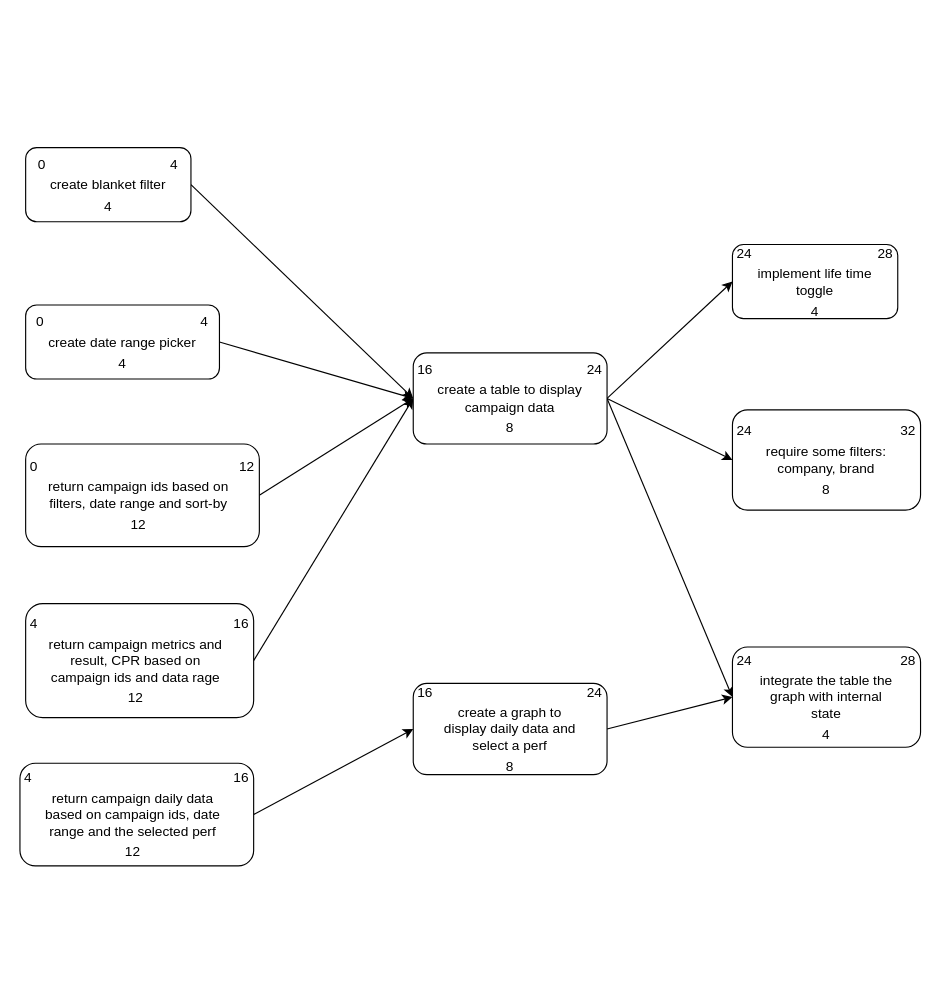
The draw.io diagram ExplorerSchedule.drawio in mengdage/project-diagram, before the edit. Source tidied: cells renumbered, new cells numbered last; positions are measured from the earlier drawing's top-left corner, leaving out a move shared by most shapes. Both pictures are drawn from the tidied source at 114%, with x=0, y=0 at pixel (19, 147).
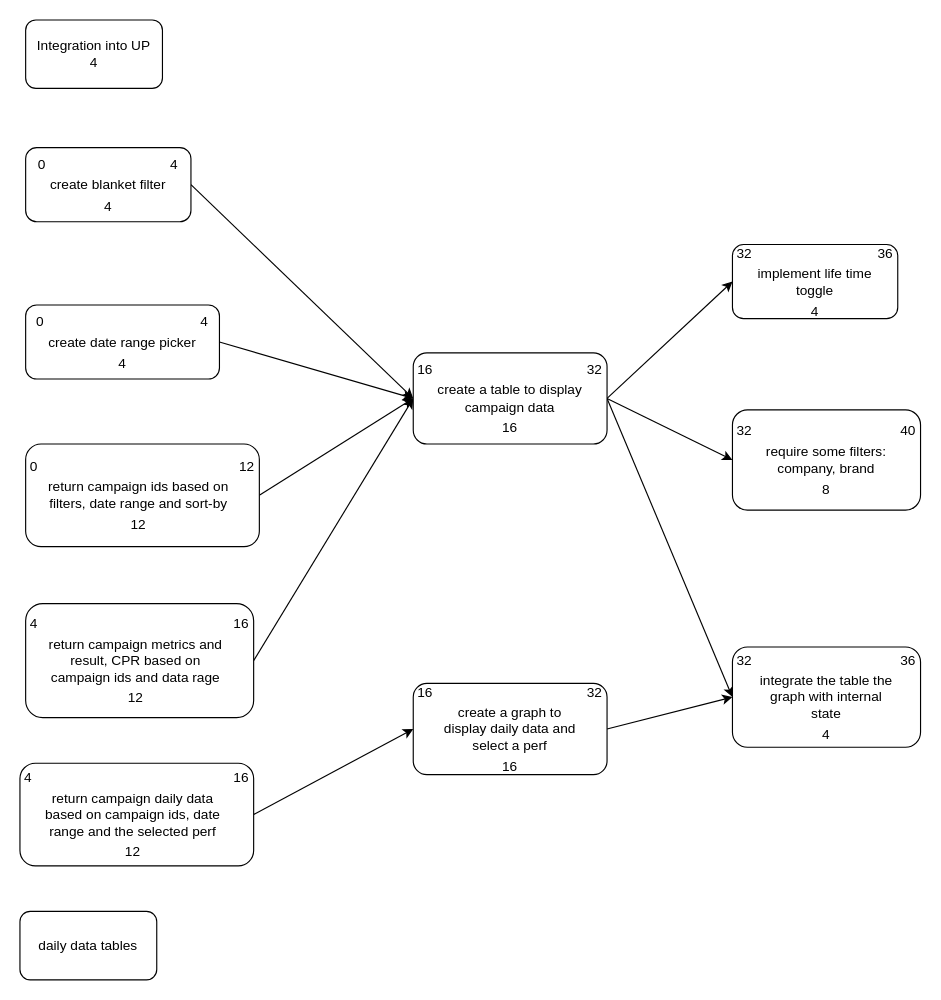
The same page after the edit.

Diff of the diagram source:
```diff
@@
-    <mxCell id="11" value="&lt;table&gt;&lt;tbody&gt;&lt;tr&gt;&lt;td&gt;16&lt;/td&gt;&lt;td&gt;&lt;br&gt;&lt;/td&gt;&lt;td&gt;24&lt;/td&gt;&lt;/tr&gt;&lt;tr&gt;&lt;td&gt;&lt;br&gt;&lt;/td&gt;&lt;td&gt;create a table to display campaign data&lt;br&gt;&lt;/td&gt;&lt;td&gt;&lt;br&gt;&lt;/td&gt;&lt;/tr&gt;&lt;tr&gt;&lt;td&gt;&lt;br&gt;&lt;/td&gt;&lt;td&gt;8&lt;/td&gt;&lt;td&gt;&lt;br&gt;&lt;/td&gt;&lt;/tr&gt;&lt;/tbody&gt;&lt;/table&gt;" style="rounded=1;whiteSpace=wrap;html=1;" parent="1" vertex="1">
+    <mxCell id="11" value="&lt;table&gt;&lt;tbody&gt;&lt;tr&gt;&lt;td&gt;16&lt;/td&gt;&lt;td&gt;&lt;br&gt;&lt;/td&gt;&lt;td&gt;32&lt;/td&gt;&lt;/tr&gt;&lt;tr&gt;&lt;td&gt;&lt;br&gt;&lt;/td&gt;&lt;td&gt;create a table to display campaign data&lt;br&gt;&lt;/td&gt;&lt;td&gt;&lt;br&gt;&lt;/td&gt;&lt;/tr&gt;&lt;tr&gt;&lt;td&gt;&lt;br&gt;&lt;/td&gt;&lt;td&gt;16&lt;/td&gt;&lt;td&gt;&lt;br&gt;&lt;/td&gt;&lt;/tr&gt;&lt;/tbody&gt;&lt;/table&gt;" style="rounded=1;whiteSpace=wrap;html=1;" parent="1" vertex="1">
       <mxGeometry x="345" y="180" width="170" height="80" as="geometry" />
     </mxCell>
@@
-    <mxCell id="17" value="&lt;table&gt;&lt;tbody&gt;&lt;tr&gt;&lt;td&gt;16&lt;/td&gt;&lt;td&gt;&lt;br&gt;&lt;/td&gt;&lt;td&gt;24&lt;/td&gt;&lt;/tr&gt;&lt;tr&gt;&lt;td&gt;&lt;br&gt;&lt;/td&gt;&lt;td&gt;create a graph to display daily data and select a perf&lt;br&gt;&lt;/td&gt;&lt;td&gt;&lt;br&gt;&lt;/td&gt;&lt;/tr&gt;&lt;tr&gt;&lt;td&gt;&lt;br&gt;&lt;/td&gt;&lt;td&gt;8&lt;/td&gt;&lt;td&gt;&lt;br&gt;&lt;/td&gt;&lt;/tr&gt;&lt;/tbody&gt;&lt;/table&gt;" style="rounded=1;whiteSpace=wrap;html=1;" parent="1" vertex="1">
+    <mxCell id="17" value="&lt;table&gt;&lt;tbody&gt;&lt;tr&gt;&lt;td&gt;16&lt;/td&gt;&lt;td&gt;&lt;br&gt;&lt;/td&gt;&lt;td&gt;32&lt;/td&gt;&lt;/tr&gt;&lt;tr&gt;&lt;td&gt;&lt;br&gt;&lt;/td&gt;&lt;td&gt;create a graph to display daily data and select a perf&lt;br&gt;&lt;/td&gt;&lt;td&gt;&lt;br&gt;&lt;/td&gt;&lt;/tr&gt;&lt;tr&gt;&lt;td&gt;&lt;br&gt;&lt;/td&gt;&lt;td&gt;16&lt;/td&gt;&lt;td&gt;&lt;br&gt;&lt;/td&gt;&lt;/tr&gt;&lt;/tbody&gt;&lt;/table&gt;" style="rounded=1;whiteSpace=wrap;html=1;" parent="1" vertex="1">
       <mxGeometry x="345" y="470" width="170" height="80" as="geometry" />
     </mxCell>
-    <mxCell id="18" value="&lt;table&gt;&lt;tbody&gt;&lt;tr&gt;&lt;td&gt;24&lt;/td&gt;&lt;td&gt;&lt;br&gt;&lt;/td&gt;&lt;td&gt;28&lt;/td&gt;&lt;/tr&gt;&lt;tr&gt;&lt;td&gt;&lt;br&gt;&lt;/td&gt;&lt;td&gt;implement life time toggle&lt;br&gt;&lt;/td&gt;&lt;td&gt;&lt;br&gt;&lt;/td&gt;&lt;/tr&gt;&lt;tr&gt;&lt;td&gt;&lt;br&gt;&lt;/td&gt;&lt;td&gt;4&lt;/td&gt;&lt;td&gt;&lt;br&gt;&lt;/td&gt;&lt;/tr&gt;&lt;/tbody&gt;&lt;/table&gt;" style="rounded=1;whiteSpace=wrap;html=1;align=center;" parent="1" vertex="1">
+    <mxCell id="18" value="&lt;table&gt;&lt;tbody&gt;&lt;tr&gt;&lt;td&gt;32&lt;/td&gt;&lt;td&gt;&lt;br&gt;&lt;/td&gt;&lt;td&gt;36&lt;/td&gt;&lt;/tr&gt;&lt;tr&gt;&lt;td&gt;&lt;br&gt;&lt;/td&gt;&lt;td&gt;implement life time toggle&lt;br&gt;&lt;/td&gt;&lt;td&gt;&lt;br&gt;&lt;/td&gt;&lt;/tr&gt;&lt;tr&gt;&lt;td&gt;&lt;br&gt;&lt;/td&gt;&lt;td&gt;4&lt;/td&gt;&lt;td&gt;&lt;br&gt;&lt;/td&gt;&lt;/tr&gt;&lt;/tbody&gt;&lt;/table&gt;" style="rounded=1;whiteSpace=wrap;html=1;align=center;" parent="1" vertex="1">
       <mxGeometry x="625" y="85" width="145" height="65" as="geometry" />
     </mxCell>
-    <mxCell id="19" value="&lt;table&gt;&lt;tbody&gt;&lt;tr&gt;&lt;td&gt;24&lt;/td&gt;&lt;td&gt;&lt;br&gt;&lt;/td&gt;&lt;td&gt;32&lt;/td&gt;&lt;/tr&gt;&lt;tr&gt;&lt;td&gt;&lt;br&gt;&lt;/td&gt;&lt;td&gt;require some filters: company, brand&lt;br&gt;&lt;/td&gt;&lt;td&gt;&lt;br&gt;&lt;/td&gt;&lt;/tr&gt;&lt;tr&gt;&lt;td&gt;&lt;br&gt;&lt;/td&gt;&lt;td&gt;8&lt;/td&gt;&lt;td&gt;&lt;br&gt;&lt;/td&gt;&lt;/tr&gt;&lt;/tbody&gt;&lt;/table&gt;" style="rounded=1;whiteSpace=wrap;html=1;align=center;" parent="1" vertex="1">
+    <mxCell id="19" value="&lt;table&gt;&lt;tbody&gt;&lt;tr&gt;&lt;td&gt;32&lt;/td&gt;&lt;td&gt;&lt;br&gt;&lt;/td&gt;&lt;td&gt;40&lt;/td&gt;&lt;/tr&gt;&lt;tr&gt;&lt;td&gt;&lt;br&gt;&lt;/td&gt;&lt;td&gt;require some filters: company, brand&lt;br&gt;&lt;/td&gt;&lt;td&gt;&lt;br&gt;&lt;/td&gt;&lt;/tr&gt;&lt;tr&gt;&lt;td&gt;&lt;br&gt;&lt;/td&gt;&lt;td&gt;8&lt;/td&gt;&lt;td&gt;&lt;br&gt;&lt;/td&gt;&lt;/tr&gt;&lt;/tbody&gt;&lt;/table&gt;" style="rounded=1;whiteSpace=wrap;html=1;align=center;" parent="1" vertex="1">
       <mxGeometry x="625" y="230" width="165" height="88" as="geometry" />
     </mxCell>
-    <mxCell id="20" value="&lt;table&gt;&lt;tbody&gt;&lt;tr&gt;&lt;td&gt;24&lt;/td&gt;&lt;td&gt;&lt;br&gt;&lt;/td&gt;&lt;td&gt;28&lt;/td&gt;&lt;/tr&gt;&lt;tr&gt;&lt;td&gt;&lt;br&gt;&lt;/td&gt;&lt;td&gt;integrate the table the graph with internal state&lt;br&gt;&lt;/td&gt;&lt;td&gt;&lt;br&gt;&lt;/td&gt;&lt;/tr&gt;&lt;tr&gt;&lt;td&gt;&lt;br&gt;&lt;/td&gt;&lt;td&gt;4&lt;/td&gt;&lt;td&gt;&lt;br&gt;&lt;/td&gt;&lt;/tr&gt;&lt;/tbody&gt;&lt;/table&gt;" style="rounded=1;whiteSpace=wrap;html=1;align=center;" parent="1" vertex="1">
+    <mxCell id="20" value="&lt;table&gt;&lt;tbody&gt;&lt;tr&gt;&lt;td&gt;32&lt;/td&gt;&lt;td&gt;&lt;br&gt;&lt;/td&gt;&lt;td&gt;36&lt;/td&gt;&lt;/tr&gt;&lt;tr&gt;&lt;td&gt;&lt;br&gt;&lt;/td&gt;&lt;td&gt;integrate the table the graph with internal state&lt;br&gt;&lt;/td&gt;&lt;td&gt;&lt;br&gt;&lt;/td&gt;&lt;/tr&gt;&lt;tr&gt;&lt;td&gt;&lt;br&gt;&lt;/td&gt;&lt;td&gt;4&lt;/td&gt;&lt;td&gt;&lt;br&gt;&lt;/td&gt;&lt;/tr&gt;&lt;/tbody&gt;&lt;/table&gt;" style="rounded=1;whiteSpace=wrap;html=1;align=center;" parent="1" vertex="1">
       <mxGeometry x="625" y="438" width="165" height="88" as="geometry" />
     </mxCell>
+    <mxCell id="21" value="daily data tables" style="rounded=1;whiteSpace=wrap;html=1;" parent="1" vertex="1">
+      <mxGeometry y="670" width="120" height="60" as="geometry" />
+    </mxCell>
+    <mxCell id="22" value="Integration into UP&lt;br&gt;4" style="rounded=1;whiteSpace=wrap;html=1;" parent="1" vertex="1">
+      <mxGeometry x="5" y="-112" width="120" height="60" as="geometry" />
+    </mxCell>
```
